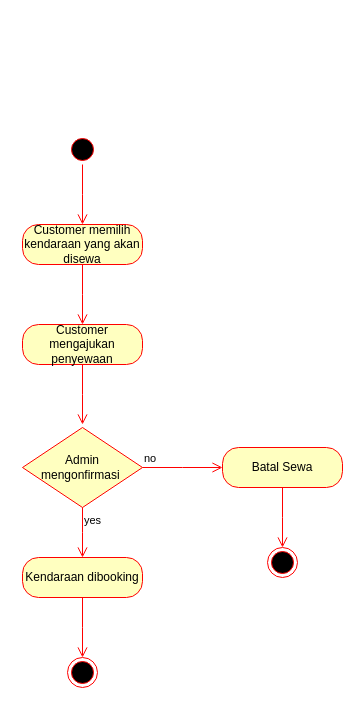
The draw.io diagram page "Sewa" (4 of 4) of SewaKendaraan.drawio in jearsevan101/PAW-Kelompok-11, before the edit. Source tidied: cells renumbered, new cells numbered last; positions are measured from the earlier drawing's top-left corner, leaving out a move shared by most shapes. Both pictures are drawn from the tidied source at 100%, with x=0, y=0 at pixel (22, 134).
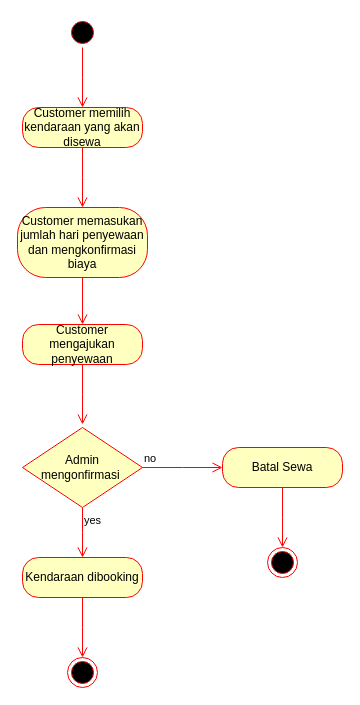
The same page after the edit.

Unchanged cells that the change refers to:
```xml
<mxCell id="6" value="Customer mengajukan penyewaan" style="rounded=1;whiteSpace=wrap;html=1;arcSize=40;fontColor=#000000;fillColor=#ffffc0;strokeColor=#ff0000;" parent="1" vertex="1">
  <mxGeometry y="190" width="120" height="40" as="geometry" />
</mxCell>
```

The edit, as a diff of the source:
```diff
@@
     <mxCell id="2" style="ellipse;html=1;shape=startState;fillColor=#000000;strokeColor=#ff0000;" parent="1" vertex="1">
-      <mxGeometry x="45" width="30" height="30" as="geometry" />
+      <mxGeometry x="45" y="-117" width="30" height="30" as="geometry" />
     </mxCell>
     <mxCell id="3" style="edgeStyle=orthogonalEdgeStyle;html=1;verticalAlign=bottom;endArrow=open;endSize=8;strokeColor=#ff0000;rounded=0;" parent="1" edge="1" source="2">
       <mxGeometry relative="1" as="geometry">
-        <mxPoint x="60" y="90" as="targetPoint" />
+        <mxPoint x="60" y="-27" as="targetPoint" />
       </mxGeometry>
     </mxCell>
     <mxCell id="4" value="Customer memilih kendaraan yang akan disewa" style="rounded=1;whiteSpace=wrap;html=1;arcSize=40;fontColor=#000000;fillColor=#ffffc0;strokeColor=#ff0000;" parent="1" vertex="1">
-      <mxGeometry y="90" width="120" height="40" as="geometry" />
+      <mxGeometry y="-27" width="120" height="40" as="geometry" />
     </mxCell>
     <mxCell id="5" style="edgeStyle=orthogonalEdgeStyle;html=1;verticalAlign=bottom;endArrow=open;endSize=8;strokeColor=#ff0000;rounded=0;" parent="1" edge="1" source="4">
       <mxGeometry relative="1" as="geometry">
-        <mxPoint x="60" y="190" as="targetPoint" />
+        <mxPoint x="60" y="73" as="targetPoint" />
       </mxGeometry>
     </mxCell>
@@
+    <mxCell id="17" value="Customer memasukan jumlah hari penyewaan dan mengkonfirmasi biaya" style="rounded=1;whiteSpace=wrap;html=1;arcSize=40;fontColor=#000000;fillColor=#ffffc0;strokeColor=#ff0000;" parent="1" vertex="1">
+      <mxGeometry x="-5" y="73" width="130" height="70" as="geometry" />
+    </mxCell>
+    <mxCell id="18" style="edgeStyle=orthogonalEdgeStyle;html=1;verticalAlign=bottom;endArrow=open;endSize=8;strokeColor=#ff0000;rounded=0;entryX=0.5;entryY=0;entryDx=0;entryDy=0;" parent="1" edge="1" source="17" target="6">
+      <mxGeometry relative="1" as="geometry" />
+    </mxCell>
```
